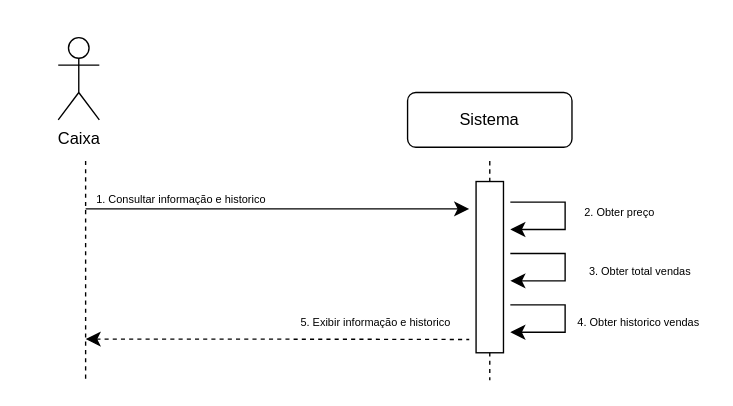
The draw.io diagram Documentation/Iteration01/diagramas/uc07.drawio in compaqle/fsoft2026_1DB_3, before the edit. Source tidied: cells renumbered, new cells numbered last; positions are measured from the earlier drawing's top-left corner, leaving out a move shared by most shapes. Both pictures are drawn from the tidied source at 137%, with x=0, y=0 at pixel (58, 37).
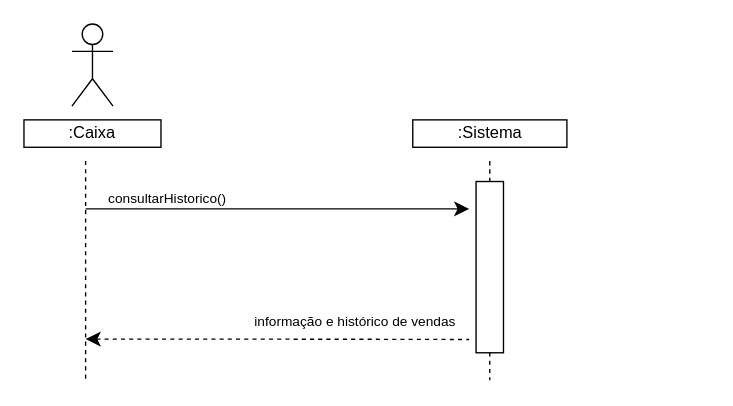
The same diagram, later.

Diff of the diagram source:
```diff
@@
-    <mxCell id="3" value="&lt;span style=&quot;font-size: 8px;&quot;&gt;1. Consultar informação e historico&lt;/span&gt;" style="text;html=1;whiteSpace=wrap;strokeColor=none;fillColor=none;align=center;verticalAlign=middle;rounded=0;fontSize=16;" parent="1" vertex="1">
-      <mxGeometry x="10" y="100" width="160" height="30" as="geometry" />
+    <mxCell id="3" value="&lt;font style=&quot;font-size: 10px;&quot;&gt;consultarHistorico()&lt;/font&gt;" style="text;html=1;whiteSpace=wrap;strokeColor=none;fillColor=none;align=center;verticalAlign=middle;rounded=0;fontSize=16;" parent="1" vertex="1">
+      <mxGeometry y="100" width="160" height="30" as="geometry" />
     </mxCell>
@@
-    <mxCell id="5" value="&lt;font style=&quot;font-size: 8px;&quot;&gt;5. Exibir informação e historico&lt;/font&gt;" style="text;html=1;whiteSpace=wrap;strokeColor=none;fillColor=none;align=center;verticalAlign=middle;rounded=0;fontSize=16;" parent="1" vertex="1">
-      <mxGeometry x="170" y="190" width="123.8" height="30" as="geometry" />
+    <mxCell id="5" value="&lt;font style=&quot;font-size: 10px;&quot;&gt;informação e histórico de vendas&lt;/font&gt;" style="text;html=1;whiteSpace=wrap;strokeColor=none;fillColor=none;align=center;verticalAlign=middle;rounded=0;fontSize=16;" parent="1" vertex="1">
+      <mxGeometry x="140" y="190" width="153.8" height="30" as="geometry" />
     </mxCell>
@@
-    <mxCell id="10" value="Caixa" style="shape=umlActor;verticalLabelPosition=bottom;verticalAlign=top;html=1;" parent="1" vertex="1">
-      <mxGeometry width="30" height="60" as="geometry" />
+    <mxCell id="10" style="shape=umlActor;verticalLabelPosition=bottom;verticalAlign=top;html=1;" parent="1" vertex="1">
+      <mxGeometry x="10" y="-10" width="30" height="60" as="geometry" />
     </mxCell>
-    <mxCell id="11" value="Sistema" style="rounded=1;whiteSpace=wrap;html=1;" parent="1" vertex="1">
-      <mxGeometry x="255" y="40" width="120" height="40" as="geometry" />
-    </mxCell>
-    <mxCell id="12" style="edgeStyle=segmentEdgeStyle;endArrow=classic;html=1;curved=0;rounded=0;endSize=8;startSize=8;sourcePerimeterSpacing=0;targetPerimeterSpacing=0;fontSize=12;" parent="1" edge="1">
-      <mxGeometry relative="1" as="geometry">
-        <mxPoint x="330" y="120" as="sourcePoint" />
-        <mxPoint x="330" y="140" as="targetPoint" />
-        <Array as="points">
-          <mxPoint x="370" y="120" />
-          <mxPoint x="370" y="140" />
-          <mxPoint x="350" y="140" />
-        </Array>
-      </mxGeometry>
-    </mxCell>
-    <mxCell id="13" value="&lt;font style=&quot;font-size: 8px;&quot;&gt;2. Obter preço&lt;/font&gt;" style="text;html=1;whiteSpace=wrap;strokeColor=none;fillColor=none;align=center;verticalAlign=middle;rounded=0;fontSize=16;" parent="1" vertex="1">
-      <mxGeometry x="360" y="110" width="100" height="30" as="geometry" />
-    </mxCell>
@@
-    <mxCell id="15" style="edgeStyle=segmentEdgeStyle;endArrow=classic;html=1;curved=0;rounded=0;endSize=8;startSize=8;sourcePerimeterSpacing=0;targetPerimeterSpacing=0;fontSize=12;" parent="1" edge="1">
-      <mxGeometry relative="1" as="geometry">
-        <mxPoint x="330" y="157.5" as="sourcePoint" />
-        <mxPoint x="330" y="177.5" as="targetPoint" />
-        <Array as="points">
-          <mxPoint x="370" y="157.5" />
-          <mxPoint x="370" y="177.5" />
-          <mxPoint x="350" y="177.5" />
-        </Array>
-      </mxGeometry>
-    </mxCell>
-    <mxCell id="16" style="edgeStyle=segmentEdgeStyle;endArrow=classic;html=1;curved=0;rounded=0;endSize=8;startSize=8;sourcePerimeterSpacing=0;targetPerimeterSpacing=0;fontSize=12;" parent="1" edge="1">
-      <mxGeometry relative="1" as="geometry">
-        <mxPoint x="330" y="195" as="sourcePoint" />
-        <mxPoint x="330" y="215" as="targetPoint" />
-        <Array as="points">
-          <mxPoint x="370" y="195" />
-          <mxPoint x="370" y="215" />
-        </Array>
-      </mxGeometry>
-    </mxCell>
-    <mxCell id="17" value="&lt;font style=&quot;font-size: 8px;&quot;&gt;3. Obter total vendas&lt;/font&gt;" style="text;html=1;whiteSpace=wrap;strokeColor=none;fillColor=none;align=center;verticalAlign=middle;rounded=0;fontSize=16;" parent="1" vertex="1">
-      <mxGeometry x="375" y="152.5" width="100" height="30" as="geometry" />
-    </mxCell>
-    <mxCell id="18" value="&lt;font style=&quot;font-size: 8px;&quot;&gt;4. Obter historico vendas&amp;nbsp;&lt;/font&gt;" style="text;html=1;whiteSpace=wrap;strokeColor=none;fillColor=none;align=center;verticalAlign=middle;rounded=0;fontSize=16;" parent="1" vertex="1">
-      <mxGeometry x="375" y="190" width="100" height="30" as="geometry" />
-    </mxCell>
+    <mxCell id="19" value=":Sistema" style="rounded=0;whiteSpace=wrap;html=1;" parent="1" vertex="1">
+      <mxGeometry x="258.8" y="60" width="112.5" height="20" as="geometry" />
+    </mxCell>
+    <mxCell id="20" value=":Caixa" style="rounded=0;whiteSpace=wrap;html=1;" parent="1" vertex="1">
+      <mxGeometry x="-25" y="60" width="100" height="20" as="geometry" />
+    </mxCell>
```
